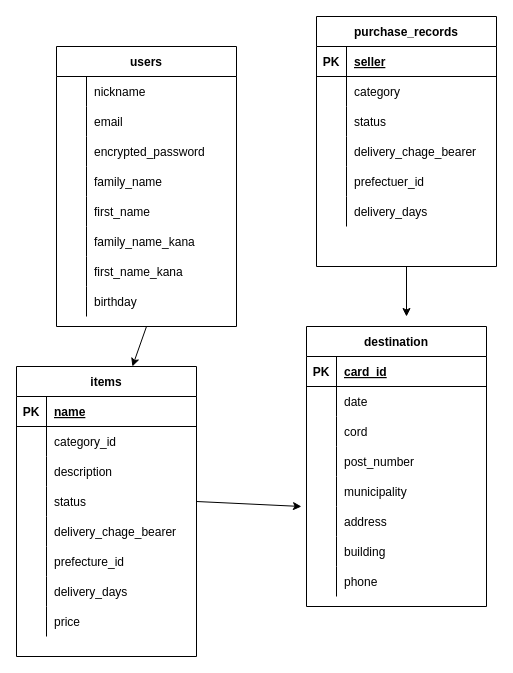
Earlier version of the draw.io diagram README.dio (akifumiyamane/furima-38392). Source tidied: cells renumbered, new cells numbered last; positions are measured from the earlier drawing's top-left corner, leaving out a move shared by most shapes. Both pictures are drawn from the tidied source at 100%, with x=0, y=0 at pixel (16, 16).
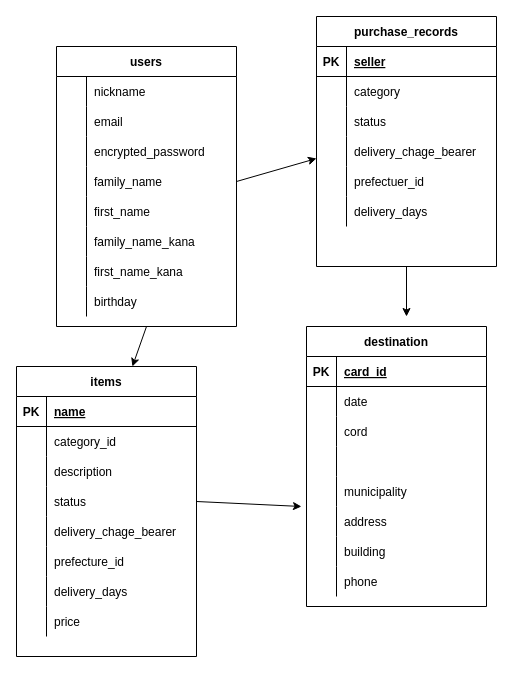
The same diagram, later.

Commit message (it also covers changes not shown here):
データベース設計

The change refers to these unchanged cells:
```xml
<mxCell id="38" style="shape=partialRectangle;fillColor=none;top=0;left=0;bottom=0;right=0;points=[[0,0.5],[1,0.5]];portConstraint=eastwest;" parent="28" vertex="1">
  <mxGeometry y="120" width="180" height="30" as="geometry" />
</mxCell>
<mxCell id="57" style="shape=partialRectangle;fillColor=none;top=0;left=0;bottom=0;right=0;" parent="47" vertex="1">
  <mxGeometry y="120" width="180" height="30" as="geometry" />
</mxCell>
<mxCell id="84" style="shape=partialRectangle;fillColor=none;top=0;left=0;bottom=0;right=0;points=[[0,0.5],[1,0.5]];portConstraint=eastwest;" parent="74" vertex="1">
  <mxGeometry y="120" width="180" height="30" as="geometry" />
</mxCell>
```

Change to the diagram source:
```diff
@@
-    <mxCell id="59" value="post_number" style="shape=partialRectangle;fillColor=none;top=0;left=0;bottom=0;right=0;align=left;spacingLeft=6;overflow=hidden;" parent="57" vertex="1">
+    <mxCell id="59" style="shape=partialRectangle;fillColor=none;top=0;left=0;bottom=0;right=0;align=left;spacingLeft=6;overflow=hidden;" parent="57" vertex="1">
       <mxGeometry x="30" width="150" height="30" as="geometry" />
     </mxCell>
@@
+    <mxCell id="99" style="edgeStyle=none;html=1;exitX=1;exitY=0.5;exitDx=0;exitDy=0;entryX=0;entryY=0.733;entryDx=0;entryDy=0;entryPerimeter=0;" parent="1" edge="1" source="84" target="38">
+      <mxGeometry relative="1" as="geometry" />
+    </mxCell>
```
